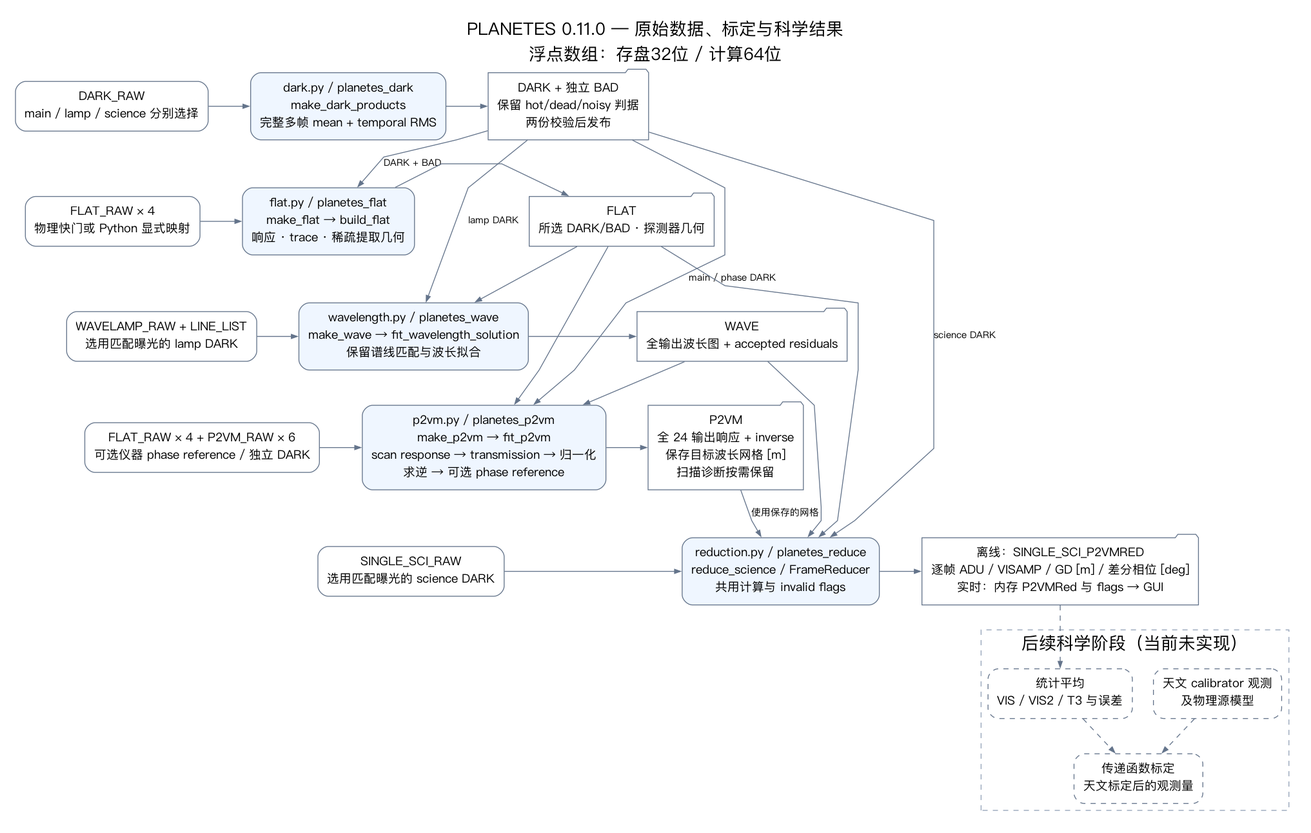
Before: docs/dataflow.png, a diagram exported from Graphviz (zexwu/planetes_pipe). Its source is kept beside it as docs/dataflow.dot.
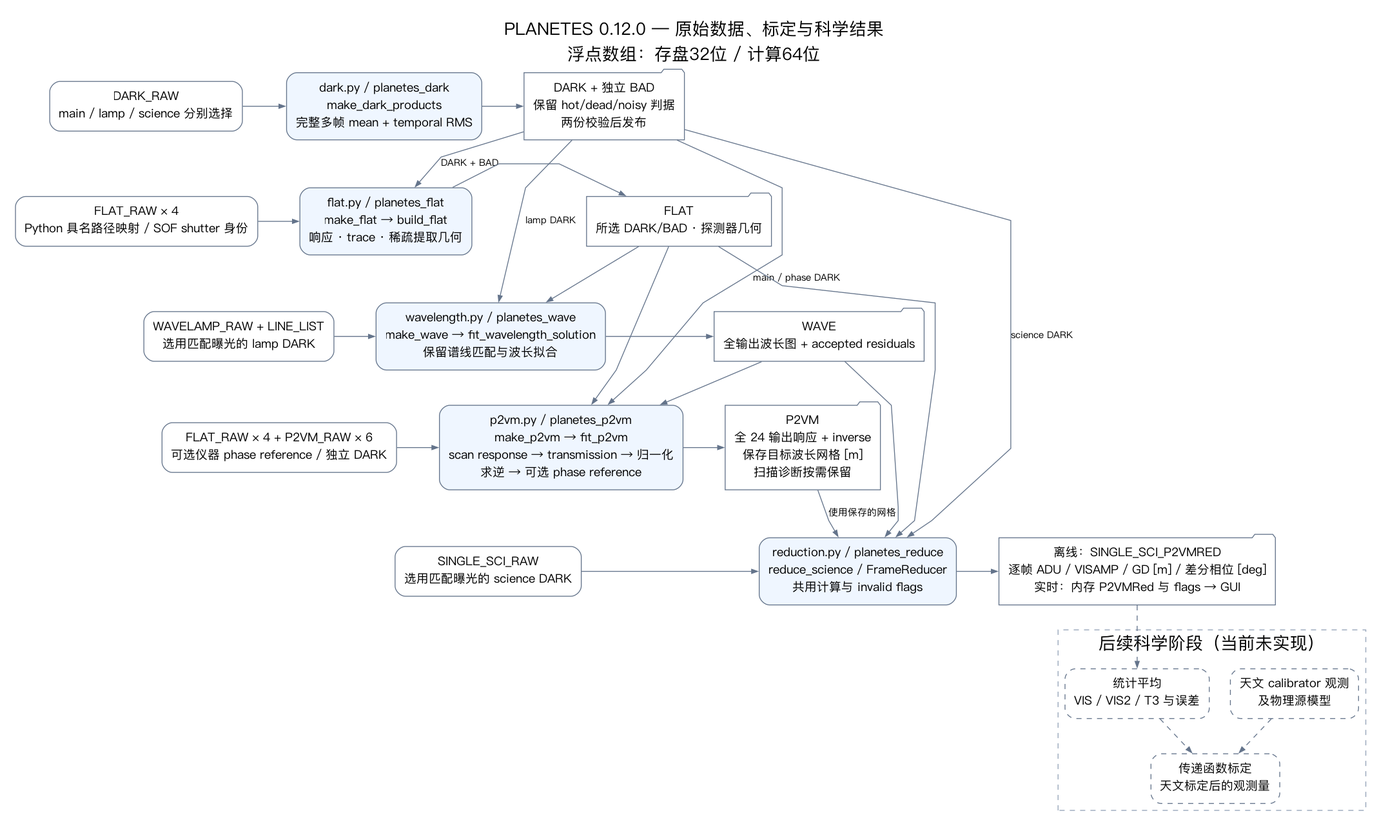
The same file after the commit.

The edit, as a diff of the source:
```diff
@@ -1,11 +1,11 @@
 digraph Dataflow {
-  graph [rankdir=TB, bgcolor="white", pad=0.25, nodesep=0.35, ranksep=0.55, splines=polyline, fontname="PingFang SC", fontsize=20, label="PLANETES 0.11.0 — 原始数据、标定与科学结果\n浮点数组：存盘32位 / 计算64位", labelloc=t];
+  graph [rankdir=TB, bgcolor="white", pad=0.25, nodesep=0.35, ranksep=0.55, splines=polyline, fontname="PingFang SC", fontsize=20, label="PLANETES 0.12.0 — 原始数据、标定与科学结果\n浮点数组：存盘32位 / 计算64位", labelloc=t];
   node [shape=box, style="rounded", fontname="PingFang SC", fontsize=14, color="#64748b", margin="0.15,0.12"];
   edge [fontname="PingFang SC", fontsize=11, color="#64748b", arrowsize=0.7];
   rawdark [label="DARK_RAW\nmain / lamp / science 分别选择"];
   dark [label="dark.py / planetes_dark\nmake_dark_products\n完整多帧 mean + temporal RMS", style="rounded,filled", fillcolor="#eff6ff"];
   darkfits [label="DARK + 独立 BAD\n保留 hot/dead/noisy 判据\n两份校验后发布", shape=folder];
-  rawflat [label="FLAT_RAW × 4\n物理快门或 Python 显式映射"];
+  rawflat [label="FLAT_RAW × 4\nPython 具名路径映射 / SOF shutter 身份"];
   flat [label="flat.py / planetes_flat\nmake_flat → build_flat\n响应 · trace · 稀疏提取几何", style="rounded,filled", fillcolor="#eff6ff"];
   flatfits [label="FLAT\n所选 DARK/BAD · 探测器几何", shape=folder];
   rawwave [label="WAVELAMP_RAW + LINE_LIST\n选用匹配曝光的 lamp DARK"];
```
